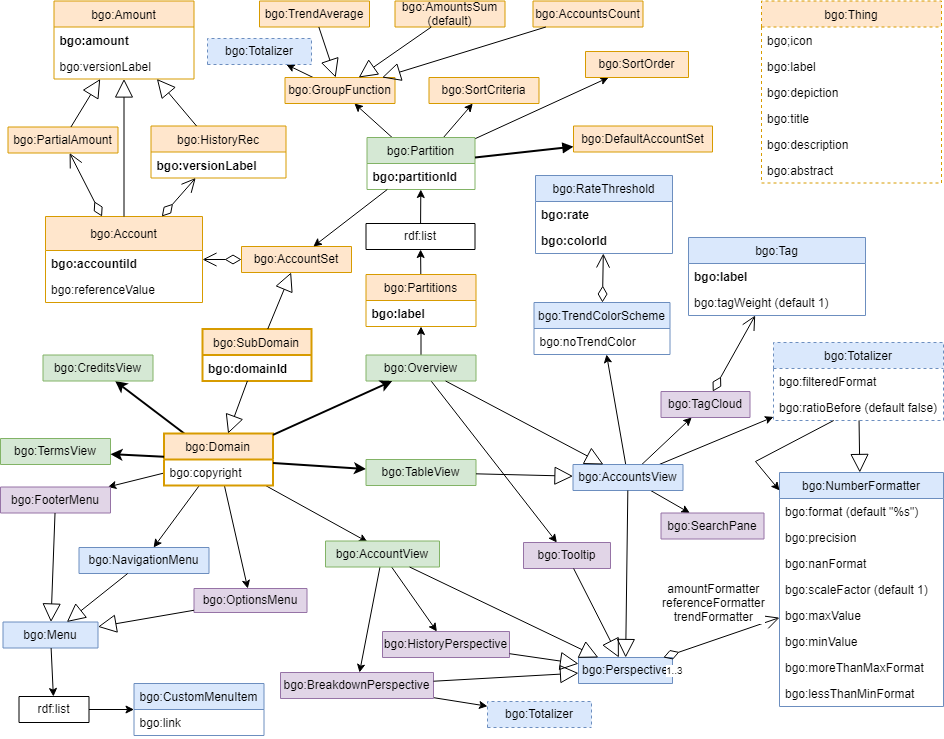
Above: v1/bgo/doc/uml-diagram.png in linkeddatacenter/LODMAP-ontologies (draw.io), before the change. Source tidied: cells renumbered, new cells last; positions are measured from the earlier drawing's top-left corner, leaving out a move shared by most shapes.
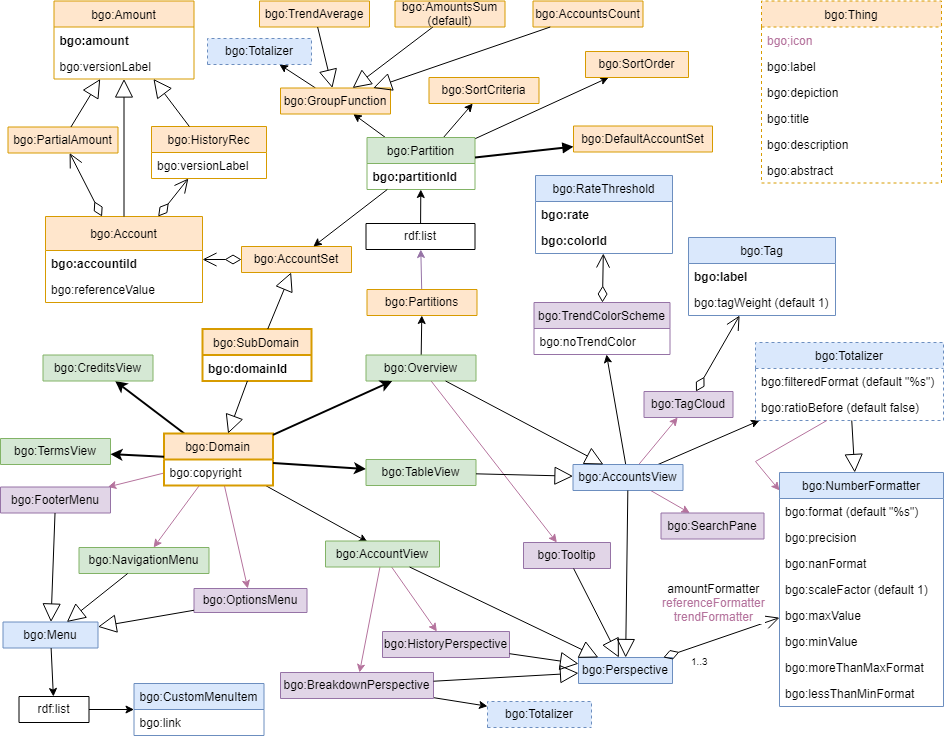
After the change.

Commit message:
added notes about cardinality

Change to the diagram source:
```diff
@@ -2,10 +2,10 @@
   <root>
     <mxCell id="0" />
     <mxCell id="1" parent="0" />
-    <mxCell id="2" style="edgeStyle=none;rounded=0;jettySize=auto;html=1;" parent="1" edge="1" source="103" target="57">
+    <mxCell id="2" style="edgeStyle=none;rounded=0;jettySize=auto;html=1;strokeColor=#B5739D;" parent="1" edge="1" source="103" target="57">
       <mxGeometry relative="1" as="geometry" />
     </mxCell>
-    <mxCell id="3" style="edgeStyle=none;rounded=0;jettySize=auto;html=1;" parent="1" edge="1" source="103" target="106">
+    <mxCell id="3" style="edgeStyle=none;rounded=0;jettySize=auto;html=1;strokeColor=#B5739D;" parent="1" edge="1" source="103" target="106">
       <mxGeometry relative="1" as="geometry" />
     </mxCell>
     <mxCell id="4" value="bgo:Amount" style="swimlane;fontStyle=0;horizontal=1;startSize=26;fillColor=#ffe6cc;swimlaneFillColor=#ffffff;strokeColor=#d79b00;" parent="1" vertex="1">
@@ -18,10 +18,10 @@
       <mxGeometry y="52" width="140" height="26" as="geometry" />
     </mxCell>
     <mxCell id="7" value="bgo:HistoryRec" style="swimlane;fontStyle=0;horizontal=1;startSize=26;fillColor=#ffe6cc;swimlaneFillColor=#ffffff;strokeColor=#d79b00;" parent="1" vertex="1">
-      <mxGeometry x="150.5" y="124.5" width="135" height="52" as="geometry" />
+      <mxGeometry x="151" y="125" width="115" height="52" as="geometry" />
     </mxCell>
-    <mxCell id="8" value="bgo:versionLabel" style="text;strokeColor=none;fillColor=none;align=left;verticalAlign=top;spacingLeft=4;spacingRight=4;overflow=hidden;fontStyle=1;" parent="7" vertex="1">
-      <mxGeometry y="26" width="135" height="26" as="geometry" />
+    <mxCell id="8" value="bgo:versionLabel" style="text;strokeColor=none;fillColor=none;align=left;verticalAlign=top;spacingLeft=4;spacingRight=4;overflow=hidden;fontStyle=0;" parent="7" vertex="1">
+      <mxGeometry y="26" width="115" height="26" as="geometry" />
     </mxCell>
     <mxCell id="9" value="bgo:PartialAmount" style="swimlane;fontStyle=0;horizontal=1;startSize=26;fillColor=#ffe6cc;swimlaneFillColor=#ffffff;strokeColor=#d79b00;" parent="1" vertex="1" collapsed="1">
       <mxGeometry x="7.5" y="125.5" width="110" height="26" as="geometry" />
@@ -47,7 +47,7 @@
     <mxCell id="16" value="bgo:Thing" style="swimlane;fontStyle=0;horizontal=1;startSize=26;fillColor=#ffe6cc;swimlaneFillColor=#ffffff;strokeColor=#d79b00;dashed=1;" parent="1" vertex="1">
       <mxGeometry x="761" y="-0.5" width="180" height="182" as="geometry" />
     </mxCell>
-    <mxCell id="17" value="bgo;icon" style="text;strokeColor=none;fillColor=none;align=left;verticalAlign=top;spacingLeft=4;spacingRight=4;overflow=hidden;dashed=1;" parent="16" vertex="1">
+    <mxCell id="17" value="bgo;icon" style="text;strokeColor=none;fillColor=none;align=left;verticalAlign=top;spacingLeft=4;spacingRight=4;overflow=hidden;dashed=1;fontColor=#B5739D;" parent="16" vertex="1">
       <mxGeometry y="26" width="180" height="26" as="geometry" />
     </mxCell>
     <mxCell id="18" value="bgo:label" style="text;strokeColor=none;fillColor=none;align=left;verticalAlign=top;spacingLeft=4;spacingRight=4;overflow=hidden;dashed=1;fontStyle=0;" parent="16" vertex="1">
@@ -79,19 +79,19 @@
     <mxCell id="26" style="edgeStyle=none;rounded=0;jettySize=auto;html=1;strokeWidth=2;" parent="1" edge="1" source="32" target="58">
       <mxGeometry relative="1" as="geometry" />
     </mxCell>
-    <mxCell id="27" style="edgeStyle=none;rounded=0;jettySize=auto;html=1;" parent="1" edge="1" source="32" target="61">
+    <mxCell id="27" style="edgeStyle=none;rounded=0;jettySize=auto;html=1;fontColor=#B5739D;strokeColor=#B5739D;" parent="1" edge="1" source="32" target="61">
       <mxGeometry relative="1" as="geometry" />
     </mxCell>
-    <mxCell id="28" style="edgeStyle=none;rounded=0;jettySize=auto;html=1;strokeWidth=1;" parent="1" edge="1" source="32" target="60">
+    <mxCell id="28" style="edgeStyle=none;rounded=0;jettySize=auto;html=1;strokeWidth=1;fontColor=#000000;strokeColor=#B5739D;" parent="1" edge="1" source="32" target="60">
       <mxGeometry relative="1" as="geometry" />
     </mxCell>
-    <mxCell id="29" style="edgeStyle=none;rounded=0;jettySize=auto;html=1;" parent="1" edge="1" source="32" target="62">
+    <mxCell id="29" style="edgeStyle=none;rounded=0;jettySize=auto;html=1;fontColor=#B5739D;strokeColor=#B5739D;" parent="1" edge="1" source="32" target="62">
       <mxGeometry relative="1" as="geometry" />
     </mxCell>
     <mxCell id="30" style="edgeStyle=none;rounded=0;jettySize=auto;html=1;strokeWidth=1;entryX=0.368;entryY=0.034;entryDx=0;entryDy=0;entryPerimeter=0;" parent="1" edge="1" source="32" target="103">
       <mxGeometry relative="1" as="geometry" />
     </mxCell>
-    <mxCell id="31" style="edgeStyle=none;rounded=0;jettySize=auto;html=1;strokeWidth=1;" parent="1" edge="1" source="53" target="107">
+    <mxCell id="31" style="edgeStyle=none;rounded=0;jettySize=auto;html=1;strokeWidth=1;strokeColor=#B5739D;" parent="1" edge="1" source="53" target="107">
       <mxGeometry relative="1" as="geometry" />
     </mxCell>
     <mxCell id="32" value="bgo:Domain" style="swimlane;fontStyle=0;horizontal=1;startSize=26;fillColor=#ffe6cc;swimlaneFillColor=#ffffff;strokeColor=#d79b00;strokeWidth=2;" parent="1" vertex="1">
@@ -138,8 +138,8 @@
     <mxCell id="45" style="edgeStyle=none;rounded=0;jettySize=auto;html=1;" parent="1" edge="1" source="46" target="140">
       <mxGeometry relative="1" as="geometry" />
     </mxCell>
-    <mxCell id="46" value="bgo:GroupFunction" style="swimlane;fontStyle=0;horizontal=1;startSize=26;fillColor=#ffe6cc;swimlaneFillColor=#ffffff;strokeColor=#d79b00;" parent="1" vertex="1" collapsed="1">
-      <mxGeometry x="284.5" y="76" width="110" height="26" as="geometry" />
+    <mxCell id="46" value="bgo:GroupFunction" style="swimlane;fontStyle=0;horizontal=1;startSize=26;fillColor=#ffe6cc;swimlaneFillColor=#ffffff;strokeColor=#d79b00;fontColor=#000000;" parent="1" vertex="1" collapsed="1">
+      <mxGeometry x="280" y="86.5" width="110" height="26" as="geometry" />
     </mxCell>
     <mxCell id="47" value="bgo:SortCriteria" style="swimlane;fontStyle=0;horizontal=1;startSize=26;fillColor=#ffe6cc;swimlaneFillColor=#ffffff;strokeColor=#d79b00;" parent="1" vertex="1" collapsed="1">
       <mxGeometry x="428.5" y="76" width="110" height="26" as="geometry" />
@@ -153,7 +153,7 @@
     <mxCell id="50" style="edgeStyle=none;rounded=0;jettySize=auto;html=1;" parent="1" edge="1" source="56" target="76">
       <mxGeometry relative="1" as="geometry" />
     </mxCell>
-    <mxCell id="51" style="edgeStyle=none;rounded=0;jettySize=auto;html=1;" parent="1" edge="1" source="56" target="75">
+    <mxCell id="51" style="edgeStyle=none;rounded=0;jettySize=auto;html=1;strokeColor=#B5739D;" parent="1" edge="1" source="56" target="75">
       <mxGeometry relative="1" as="geometry" />
     </mxCell>
     <mxCell id="52" style="edgeStyle=none;rounded=0;jettySize=auto;html=1;" parent="1" edge="1" source="53" target="89">
@@ -162,7 +162,7 @@
     <mxCell id="53" value="bgo:Overview" style="swimlane;fontStyle=0;horizontal=1;startSize=26;fillColor=#d5e8d4;swimlaneFillColor=#ffffff;strokeColor=#82b366;" parent="1" vertex="1" collapsed="1">
       <mxGeometry x="365.5" y="353.5" width="110" height="26" as="geometry" />
     </mxCell>
-    <mxCell id="54" style="edgeStyle=none;rounded=0;jettySize=auto;html=1;" parent="1" edge="1" source="56" target="74">
+    <mxCell id="54" style="edgeStyle=none;rounded=0;jettySize=auto;html=1;strokeColor=#B5739D;" parent="1" edge="1" source="56" target="74">
       <mxGeometry relative="1" as="geometry" />
     </mxCell>
     <mxCell id="55" style="edgeStyle=none;rounded=0;jettySize=auto;html=1;" parent="1" edge="1" source="56" target="119">
@@ -180,7 +180,7 @@
     <mxCell id="59" value="bgo:TermsView" style="swimlane;fontStyle=0;horizontal=1;startSize=26;fillColor=#d5e8d4;swimlaneFillColor=#ffffff;strokeColor=#82b366;" parent="1" vertex="1" collapsed="1">
       <mxGeometry y="437" width="110" height="26" as="geometry" />
     </mxCell>
-    <mxCell id="60" value="bgo:NavigationMenu" style="swimlane;fontStyle=0;horizontal=1;startSize=26;fillColor=#dae8fc;swimlaneFillColor=#ffffff;strokeColor=#6c8ebf;" parent="1" vertex="1" collapsed="1">
+    <mxCell id="60" value="bgo:NavigationMenu" style="swimlane;fontStyle=0;horizontal=1;startSize=26;fillColor=#d5e8d4;swimlaneFillColor=#ffffff;strokeColor=#82b366;" parent="1" vertex="1" collapsed="1">
       <mxGeometry x="78.5" y="546" width="130" height="26" as="geometry" />
     </mxCell>
     <mxCell id="61" value="bgo:OptionsMenu" style="swimlane;fontStyle=0;horizontal=1;startSize=26;fillColor=#e1d5e7;swimlaneFillColor=#ffffff;strokeColor=#9673a6;" parent="1" vertex="1" collapsed="1">
@@ -226,9 +226,9 @@
       <mxGeometry x="660.5" y="511.5" width="103" height="26" as="geometry" />
     </mxCell>
     <mxCell id="75" value="bgo:TagCloud" style="swimlane;fontStyle=0;horizontal=1;startSize=26;fillColor=#e1d5e7;swimlaneFillColor=#ffffff;strokeColor=#9673a6;" parent="1" vertex="1" collapsed="1">
-      <mxGeometry x="660.5" y="390" width="89" height="26" as="geometry" />
+      <mxGeometry x="643.5" y="390" width="89" height="26" as="geometry" />
     </mxCell>
-    <mxCell id="76" value="bgo:TrendColorScheme" style="swimlane;fontStyle=0;horizontal=1;startSize=26;fillColor=#dae8fc;swimlaneFillColor=#ffffff;strokeColor=#6c8ebf;" parent="1" vertex="1">
+    <mxCell id="76" value="bgo:TrendColorScheme" style="swimlane;fontStyle=0;horizontal=1;startSize=26;fillColor=#e1d5e7;swimlaneFillColor=#ffffff;strokeColor=#9673a6;" parent="1" vertex="1">
       <mxGeometry x="533.5" y="301" width="136" height="52" as="geometry" />
     </mxCell>
     <mxCell id="77" value="bgo:noTrendColor" style="text;strokeColor=none;fillColor=none;align=left;verticalAlign=top;spacingLeft=4;spacingRight=4;overflow=hidden;fontStyle=0;" parent="76" vertex="1">
@@ -266,15 +266,12 @@
     <mxCell id="87" style="endArrow=block;endSize=16;endFill=0;html=1;" parent="1" edge="1" source="86" target="56">
       <mxGeometry relative="1" as="geometry" />
     </mxCell>
-    <mxCell id="88" style="rounded=0;jettySize=auto;html=1;" parent="1" edge="1" source="89" target="68">
+    <mxCell id="88" style="rounded=0;jettySize=auto;html=1;fillColor=#e1d5e7;strokeColor=#9673a6;" parent="1" edge="1" source="89" target="68">
       <mxGeometry relative="1" as="geometry" />
     </mxCell>
-    <mxCell id="89" value="bgo:Partitions" style="swimlane;fontStyle=0;horizontal=1;startSize=26;fillColor=#ffe6cc;swimlaneFillColor=#ffffff;strokeColor=#d79b00;" parent="1" vertex="1">
-      <mxGeometry x="365.5" y="273" width="110" height="52" as="geometry" />
+    <mxCell id="89" value="bgo:Partitions" style="swimlane;fontStyle=0;horizontal=1;startSize=26;fillColor=#ffe6cc;swimlaneFillColor=#ffffff;strokeColor=#d79b00;" parent="1" vertex="1" collapsed="1">
+      <mxGeometry x="366.5" y="288" width="110" height="26" as="geometry" />
     </mxCell>
-    <mxCell id="90" value="bgo:label" style="text;strokeColor=none;fillColor=none;align=left;verticalAlign=top;spacingLeft=4;spacingRight=4;overflow=hidden;dashed=1;fontStyle=1;" parent="89" vertex="1">
-      <mxGeometry y="26" width="110" height="26" as="geometry" />
-    </mxCell>
     <mxCell id="91" value="bgo:RateThreshold" style="swimlane;fontStyle=0;horizontal=1;startSize=26;fillColor=#dae8fc;swimlaneFillColor=#ffffff;strokeColor=#6c8ebf;" parent="1" vertex="1">
       <mxGeometry x="535" y="174" width="137" height="78" as="geometry" />
     </mxCell>
@@ -296,13 +293,13 @@
       <mxGeometry x="1" relative="1" as="geometry" />
     </mxCell>
     <mxCell id="97" value="bgo:Tag" style="swimlane;fontStyle=0;horizontal=1;startSize=26;fillColor=#dae8fc;swimlaneFillColor=#ffffff;strokeColor=#6c8ebf;" parent="1" vertex="1">
-      <mxGeometry x="688" y="236" width="177" height="78" as="geometry" />
+      <mxGeometry x="688" y="236" width="147" height="78" as="geometry" />
     </mxCell>
     <mxCell id="98" value="bgo:label" style="text;strokeColor=none;fillColor=none;align=left;verticalAlign=top;spacingLeft=4;spacingRight=4;overflow=hidden;dashed=1;fontStyle=1;" parent="97" vertex="1">
-      <mxGeometry y="26" width="177" height="26" as="geometry" />
+      <mxGeometry y="26" width="147" height="26" as="geometry" />
     </mxCell>
     <mxCell id="99" value="bgo:tagWeight (default 1)" style="text;strokeColor=none;fillColor=none;align=left;verticalAlign=top;spacingLeft=4;spacingRight=4;overflow=hidden;fontStyle=0;" parent="97" vertex="1">
-      <mxGeometry y="52" width="177" height="26" as="geometry" />
+      <mxGeometry y="52" width="147" height="26" as="geometry" />
     </mxCell>
     <mxCell id="100" style="endArrow=open;html=1;endSize=12;startArrow=diamondThin;startSize=14;startFill=0;" parent="1" edge="1" source="75" target="97">
       <mxGeometry relative="1" as="geometry" />
@@ -364,13 +361,13 @@
       <mxGeometry y="208" width="164" height="26" as="geometry" />
     </mxCell>
     <mxCell id="119" value="bgo:Totalizer" style="swimlane;fontStyle=0;horizontal=1;startSize=26;fillColor=#dae8fc;swimlaneFillColor=#ffffff;strokeColor=#6c8ebf;dashed=1;" parent="1" vertex="1">
-      <mxGeometry x="773" y="341" width="170" height="78" as="geometry" />
+      <mxGeometry x="755" y="341" width="188" height="78" as="geometry" />
     </mxCell>
-    <mxCell id="120" value="bgo:filteredFormat" style="text;strokeColor=none;fillColor=none;align=left;verticalAlign=top;spacingLeft=4;spacingRight=4;overflow=hidden;fontStyle=0;" parent="119" vertex="1">
-      <mxGeometry y="26" width="170" height="26" as="geometry" />
+    <mxCell id="120" value="bgo:filteredFormat (default &quot;%s&quot;)" style="text;strokeColor=none;fillColor=none;align=left;verticalAlign=top;spacingLeft=4;spacingRight=4;overflow=hidden;fontStyle=0;" parent="119" vertex="1">
+      <mxGeometry y="26" width="188" height="26" as="geometry" />
     </mxCell>
     <mxCell id="121" value="bgo:ratioBefore (default false)" style="text;strokeColor=none;fillColor=none;align=left;verticalAlign=top;spacingLeft=4;spacingRight=4;overflow=hidden;points=[[0,0.5],[1,0.5]];portConstraint=eastwest;fontStyle=0;" parent="119" vertex="1">
-      <mxGeometry y="52" width="170" height="26" as="geometry" />
+      <mxGeometry y="52" width="188" height="26" as="geometry" />
     </mxCell>
     <mxCell id="122" style="endArrow=block;endSize=16;endFill=0;html=1;" parent="1" edge="1" source="119" target="110">
       <mxGeometry relative="1" as="geometry" />
@@ -394,12 +391,14 @@
       <mxGeometry relative="1" as="geometry" />
     </mxCell>
     <mxCell id="129" value="1..3" style="html=1;align=left;verticalAlign=top;labelBackgroundColor=#ffffff;fontSize=10;" parent="128" vertex="1">
-      <mxGeometry x="-1" relative="1" as="geometry" />
+      <mxGeometry x="-1" relative="1" as="geometry">
+        <mxPoint x="25" y="-9.5" as="offset" />
+      </mxGeometry>
     </mxCell>
     <mxCell id="130" style="html=1;align=right;verticalAlign=top;labelBackgroundColor=#ffffff;fontSize=10;" parent="128" vertex="1">
       <mxGeometry x="1" relative="1" as="geometry" />
     </mxCell>
-    <mxCell id="131" value="amountFormatter&lt;br&gt;referenceFormatter&lt;br&gt;trendFormatter" style="text;html=1;align=center;verticalAlign=middle;labelBackgroundColor=#ffffff;" parent="128" vertex="1">
+    <mxCell id="131" value="amountFormatter&lt;br&gt;&lt;font color=&quot;#b5739d&quot;&gt;referenceFormatter&lt;br&gt;trendFormatter&lt;/font&gt;" style="text;html=1;align=center;verticalAlign=middle;labelBackgroundColor=#ffffff;" parent="128" vertex="1">
       <mxGeometry x="0.2" y="-4" relative="1" as="geometry">
         <mxPoint x="-21.5" y="-35" as="offset" />
       </mxGeometry>
@@ -407,7 +406,7 @@
     <mxCell id="132" style="edgeStyle=none;rounded=0;orthogonalLoop=1;jettySize=auto;html=1;exitX=0.5;exitY=0;exitDx=0;exitDy=0;strokeWidth=2;" parent="1" edge="1" source="110" target="110">
       <mxGeometry relative="1" as="geometry" />
     </mxCell>
-    <mxCell id="133" style="edgeStyle=none;rounded=0;jettySize=auto;html=1;strokeWidth=1;" parent="1" edge="1" source="121" target="110">
+    <mxCell id="133" style="edgeStyle=none;rounded=0;jettySize=auto;html=1;strokeWidth=1;strokeColor=#B5739D;" parent="1" edge="1" source="121" target="110">
       <mxGeometry relative="1" as="geometry">
         <Array as="points">
           <mxPoint x="755" y="460" />
```
